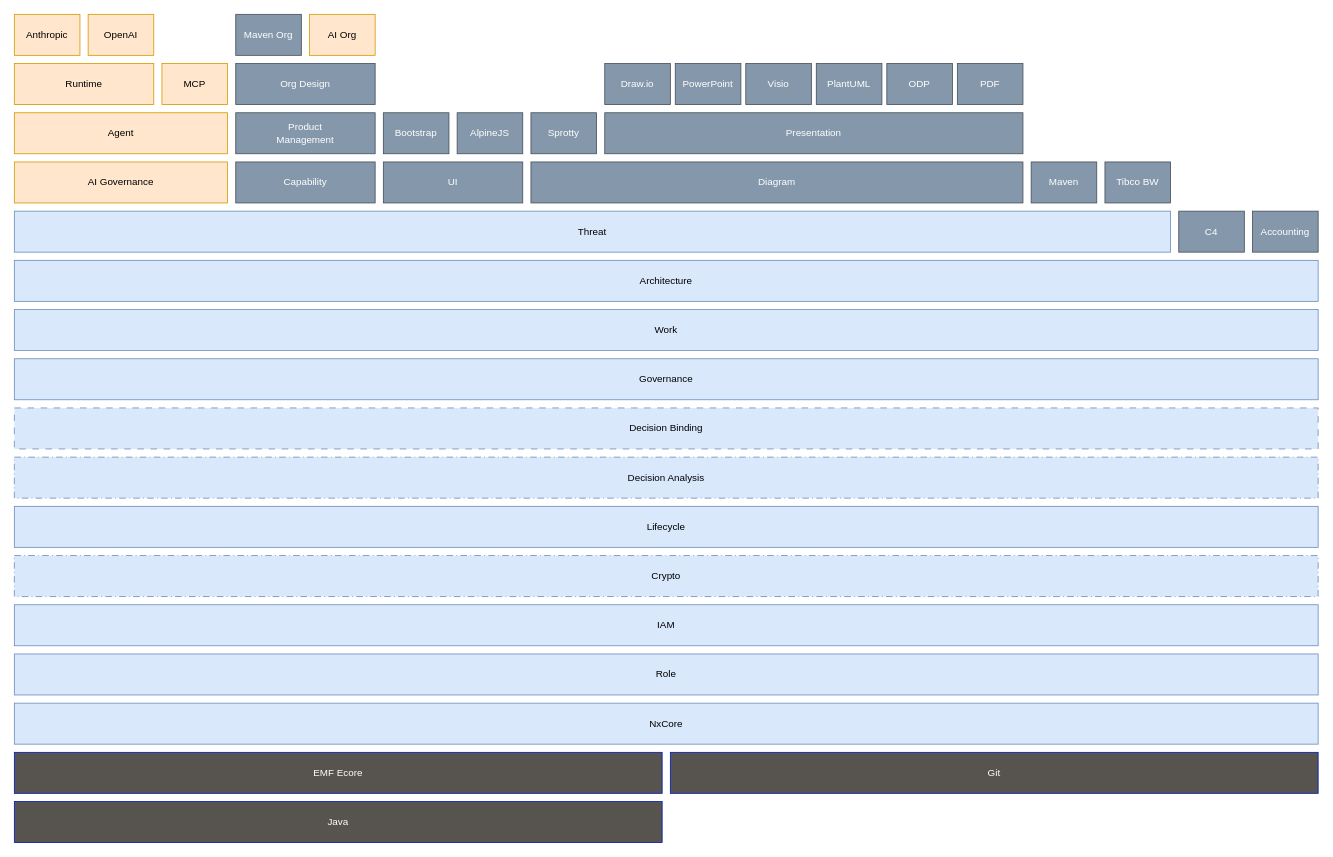
Before: model-tower.drawio in Nasdanika/nasdanika.com, a draw.io diagram. Source tidied: cells renumbered, new cells numbered last; positions are measured from the earlier drawing's top-left corner, leaving out a move shared by most shapes. Both pictures are drawn from the tidied source at 82%, with x=0, y=0 at pixel (14, 14).
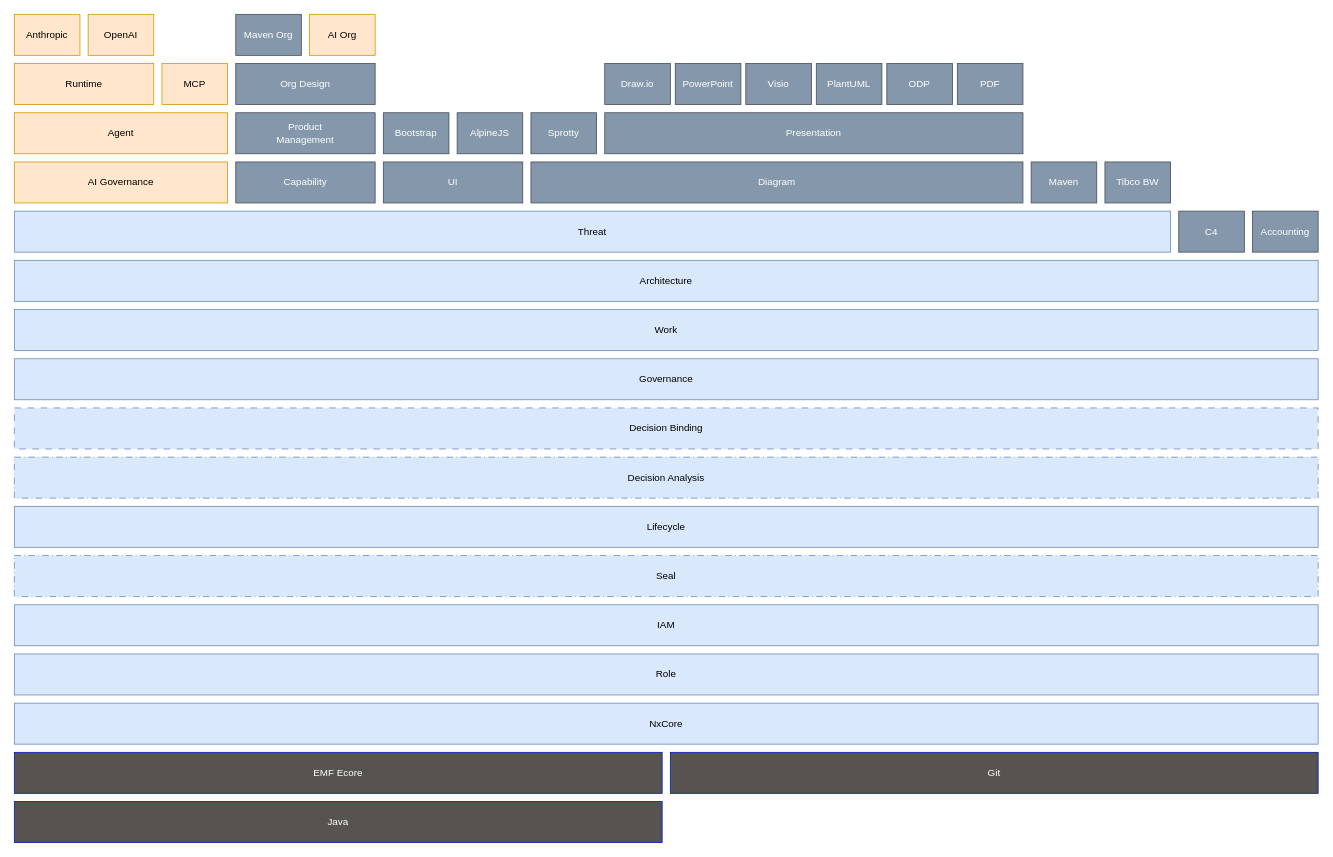
Above is the later version.

Diff of the diagram source:
```diff
@@
-    <mxCell id="34" value="Crypto" style="rounded=0;whiteSpace=wrap;html=1;dashed=1;dashPattern=8 4 1 4;fillColor=#dae8fc;strokeColor=#6c8ebf;" parent="1" vertex="1">
+    <mxCell id="34" value="Seal" style="rounded=0;whiteSpace=wrap;html=1;dashed=1;dashPattern=8 4 1 4;fillColor=#dae8fc;strokeColor=#6c8ebf;" parent="1" vertex="1">
       <mxGeometry y="660" width="1590" height="50" as="geometry" />
     </mxCell>
```
